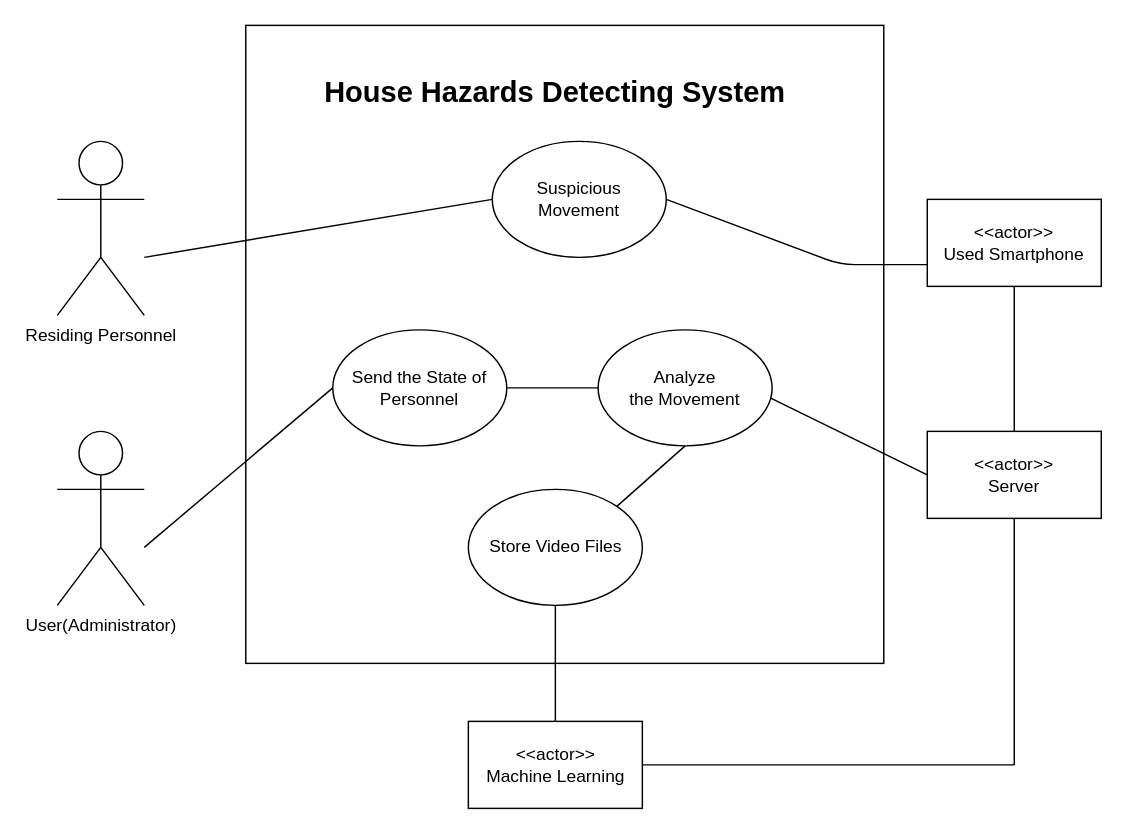
sogongteam14/doc keeps this draw.io diagram as Sogongteam14_Use_Case_Diagram.drawio. Above is the earlier version. Source tidied: cells renumbered, new cells numbered last; positions are measured from the earlier drawing's top-left corner, leaving out a move shared by most shapes. Both pictures are drawn from the tidied source at 145%, with x=0, y=0 at pixel (57, 25).
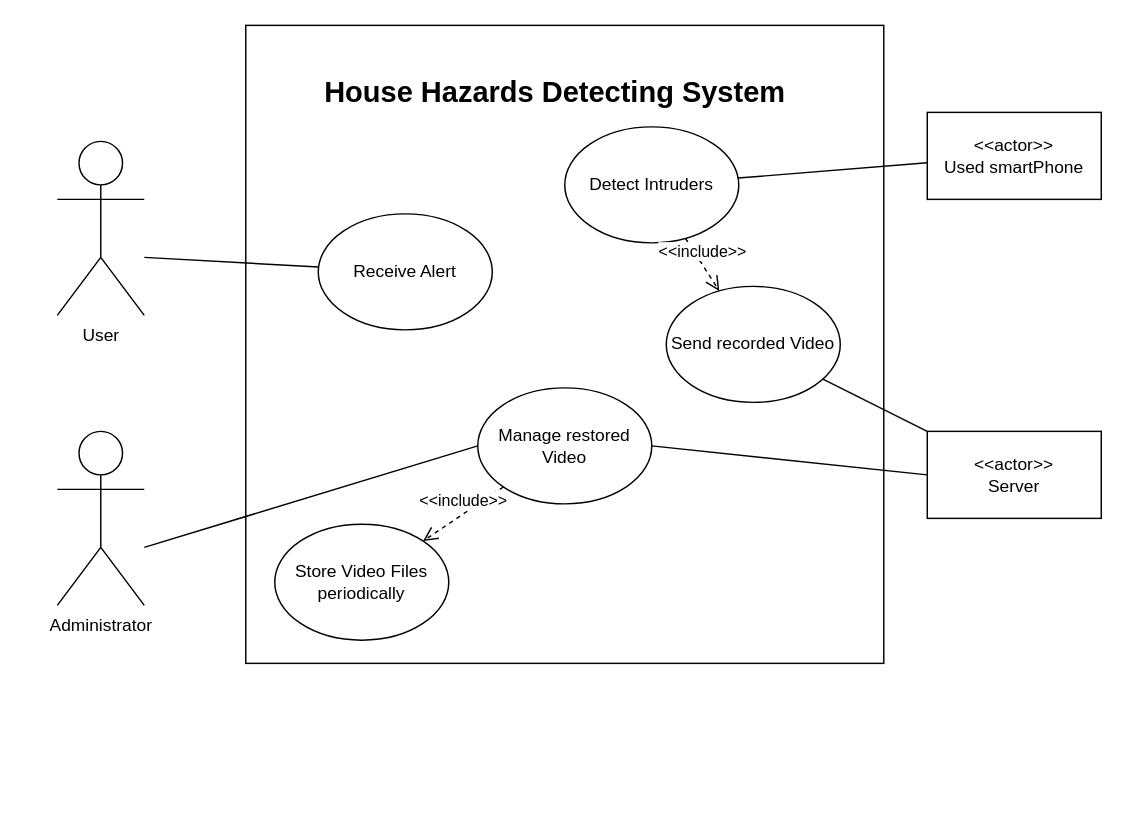
Above is the later version.

Unchanged cells that the change refers to:
```xml
<mxCell id="8" value="&lt;div&gt;&amp;lt;&amp;lt;actor&amp;gt;&amp;gt;&lt;/div&gt;&lt;div&gt;Server&lt;br&gt;&lt;/div&gt;" style="rounded=0;whiteSpace=wrap;html=1;" parent="1" vertex="1">
  <mxGeometry x="600" y="280" width="120" height="60" as="geometry" />
</mxCell>
```

What changed in the source:
```diff
@@
-    <mxCell id="3" value="User(Administrator)" style="shape=umlActor;verticalLabelPosition=bottom;labelBackgroundColor=#ffffff;verticalAlign=top;html=1;" parent="1" vertex="1">
+    <mxCell id="3" value="Administrator" style="shape=umlActor;verticalLabelPosition=bottom;labelBackgroundColor=#ffffff;verticalAlign=top;html=1;" parent="1" vertex="1">
       <mxGeometry y="280" width="60" height="120" as="geometry" />
     </mxCell>
-    <mxCell id="4" value="Residing Personnel" style="shape=umlActor;verticalLabelPosition=bottom;labelBackgroundColor=#ffffff;verticalAlign=top;html=1;" parent="1" vertex="1">
+    <mxCell id="4" value="User" style="shape=umlActor;verticalLabelPosition=bottom;labelBackgroundColor=#ffffff;verticalAlign=top;html=1;" parent="1" vertex="1">
       <mxGeometry y="80" width="60" height="120" as="geometry" />
     </mxCell>
@@
-    <mxCell id="6" value="&lt;div&gt;Suspicious &lt;br&gt;&lt;/div&gt;&lt;div&gt;Movement&lt;/div&gt;" style="ellipse;whiteSpace=wrap;html=1;" parent="1" vertex="1">
-      <mxGeometry x="300" y="80" width="120" height="80" as="geometry" />
+    <mxCell id="6" value="Detect Intruders" style="ellipse;whiteSpace=wrap;html=1;" parent="1" vertex="1">
+      <mxGeometry x="350" y="70" width="120" height="80" as="geometry" />
     </mxCell>
-    <mxCell id="7" value="&lt;div&gt;&amp;lt;&amp;lt;actor&amp;gt;&amp;gt;&lt;br&gt;&lt;/div&gt;&lt;div&gt;Used Smartphone&lt;/div&gt;" style="rounded=0;whiteSpace=wrap;html=1;" parent="1" vertex="1">
-      <mxGeometry x="600" y="120" width="120" height="60" as="geometry" />
-    </mxCell>
@@
-    <mxCell id="9" value="Send the State of Personnel" style="ellipse;whiteSpace=wrap;html=1;" parent="1" vertex="1">
-      <mxGeometry x="190" y="210" width="120" height="80" as="geometry" />
+    <mxCell id="9" value="Manage restored&lt;br&gt;Video&lt;br&gt;" style="ellipse;whiteSpace=wrap;html=1;" parent="1" vertex="1">
+      <mxGeometry x="290" y="250" width="120" height="80" as="geometry" />
     </mxCell>
-    <mxCell id="10" value="Store Video Files" style="ellipse;whiteSpace=wrap;html=1;" parent="1" vertex="1">
-      <mxGeometry x="283.5" y="320" width="120" height="80" as="geometry" />
+    <mxCell id="10" value="Store Video Files&lt;br&gt;periodically&lt;br&gt;" style="ellipse;whiteSpace=wrap;html=1;" parent="1" vertex="1">
+      <mxGeometry x="150" y="344" width="120" height="80" as="geometry" />
     </mxCell>
-    <mxCell id="11" value="&lt;div&gt;Analyze &lt;br&gt;&lt;/div&gt;&lt;div&gt;the Movement&lt;/div&gt;" style="ellipse;whiteSpace=wrap;html=1;" parent="1" vertex="1">
-      <mxGeometry x="373" y="210" width="120" height="80" as="geometry" />
-    </mxCell>
-    <mxCell id="12" value="&lt;div&gt;&amp;lt;&amp;lt;actor&amp;gt;&amp;gt;&lt;/div&gt;&lt;div&gt;Machine Learning&lt;br&gt;&lt;/div&gt;" style="rounded=0;whiteSpace=wrap;html=1;" parent="1" vertex="1">
-      <mxGeometry x="283.5" y="480" width="120" height="60" as="geometry" />
-    </mxCell>
-    <mxCell id="13" style="endArrow=none;html=1;entryX=0;entryY=0.5;entryDx=0;entryDy=0;" parent="1" edge="1" target="6">
+    <mxCell id="13" style="endArrow=none;html=1;" parent="1" edge="1" target="29">
       <mxGeometry relative="1" as="geometry">
         <mxPoint x="60" y="160" as="sourcePoint" />
       </mxGeometry>
     </mxCell>
-    <mxCell id="14" style="endArrow=none;html=1;exitX=1;exitY=0.5;exitDx=0;exitDy=0;entryX=0;entryY=0.75;entryDx=0;entryDy=0;" parent="1" edge="1" source="6" target="7">
-      <mxGeometry relative="1" as="geometry">
-        <Array as="points">
-          <mxPoint x="540" y="165" />
-        </Array>
-      </mxGeometry>
-    </mxCell>
-    <mxCell id="15" style="endArrow=none;html=1;entryX=0.5;entryY=1;entryDx=0;entryDy=0;exitX=0.5;exitY=0;exitDx=0;exitDy=0;" parent="1" edge="1" source="8" target="7">
-      <mxGeometry relative="1" as="geometry" />
-    </mxCell>
-    <mxCell id="16" style="endArrow=none;html=1;entryX=0;entryY=0.5;entryDx=0;entryDy=0;exitX=0.992;exitY=0.588;exitDx=0;exitDy=0;exitPerimeter=0;" parent="1" edge="1" source="11" target="8">
+    <mxCell id="16" style="endArrow=none;html=1;entryX=0;entryY=0.5;entryDx=0;entryDy=0;exitX=1;exitY=0.5;exitDx=0;exitDy=0;" parent="1" edge="1" source="9" target="8">
       <mxGeometry relative="1" as="geometry" />
     </mxCell>
-    <mxCell id="17" style="endArrow=none;html=1;entryX=0;entryY=0.5;entryDx=0;entryDy=0;exitX=1;exitY=0.5;exitDx=0;exitDy=0;" parent="1" edge="1" source="9" target="11">
-      <mxGeometry relative="1" as="geometry" />
-    </mxCell>
@@
-    <mxCell id="19" style="endArrow=none;html=1;entryX=0.5;entryY=0;entryDx=0;entryDy=0;exitX=0.5;exitY=1;exitDx=0;exitDy=0;" parent="1" edge="1" source="10" target="12">
-      <mxGeometry relative="1" as="geometry" />
-    </mxCell>
-    <mxCell id="20" style="endArrow=none;html=1;entryX=0.5;entryY=1;entryDx=0;entryDy=0;exitX=1;exitY=0;exitDx=0;exitDy=0;" parent="1" edge="1" source="10" target="11">
-      <mxGeometry relative="1" as="geometry" />
-    </mxCell>
-    <mxCell id="21" style="endArrow=none;html=1;exitX=1;exitY=0.5;exitDx=0;exitDy=0;" parent="1" edge="1" source="12">
-      <mxGeometry relative="1" as="geometry">
-        <mxPoint x="660" y="510" as="targetPoint" />
-      </mxGeometry>
-    </mxCell>
-    <mxCell id="22" style="endArrow=none;html=1;entryX=0.5;entryY=1;entryDx=0;entryDy=0;" parent="1" edge="1" target="8">
-      <mxGeometry relative="1" as="geometry">
-        <mxPoint x="660" y="510" as="sourcePoint" />
-      </mxGeometry>
-    </mxCell>
+    <mxCell id="23" value="&amp;lt;&amp;lt;include&amp;gt;&amp;gt;" style="html=1;verticalAlign=bottom;endArrow=open;dashed=1;endSize=8;" parent="1" edge="1" source="9" target="10">
+      <mxGeometry relative="1" as="geometry" />
+    </mxCell>
+    <mxCell id="24" value="Send recorded Video" style="ellipse;whiteSpace=wrap;html=1;" parent="1" vertex="1">
+      <mxGeometry x="420" y="180" width="120" height="80" as="geometry" />
+    </mxCell>
+    <mxCell id="25" value="&amp;lt;&amp;lt;include&amp;gt;&amp;gt;" style="html=1;verticalAlign=bottom;endArrow=open;dashed=1;endSize=8;" parent="1" edge="1" source="6" target="24">
+      <mxGeometry relative="1" as="geometry" />
+    </mxCell>
+    <mxCell id="26" style="endArrow=none;html=1;" parent="1" edge="1" source="24" target="8">
+      <mxGeometry relative="1" as="geometry" />
+    </mxCell>
+    <mxCell id="27" value="&lt;div&gt;&amp;lt;&amp;lt;actor&amp;gt;&amp;gt;&lt;/div&gt;&lt;div&gt;Used smartPhone&lt;/div&gt;" style="rounded=0;whiteSpace=wrap;html=1;" parent="1" vertex="1">
+      <mxGeometry x="600" y="60" width="120" height="60" as="geometry" />
+    </mxCell>
+    <mxCell id="28" style="endArrow=none;html=1;" parent="1" edge="1" source="6" target="27">
+      <mxGeometry relative="1" as="geometry" />
+    </mxCell>
+    <mxCell id="29" value="Receive Alert&lt;br&gt;" style="ellipse;whiteSpace=wrap;html=1;" parent="1" vertex="1">
+      <mxGeometry x="180" y="130" width="120" height="80" as="geometry" />
+    </mxCell>
```
